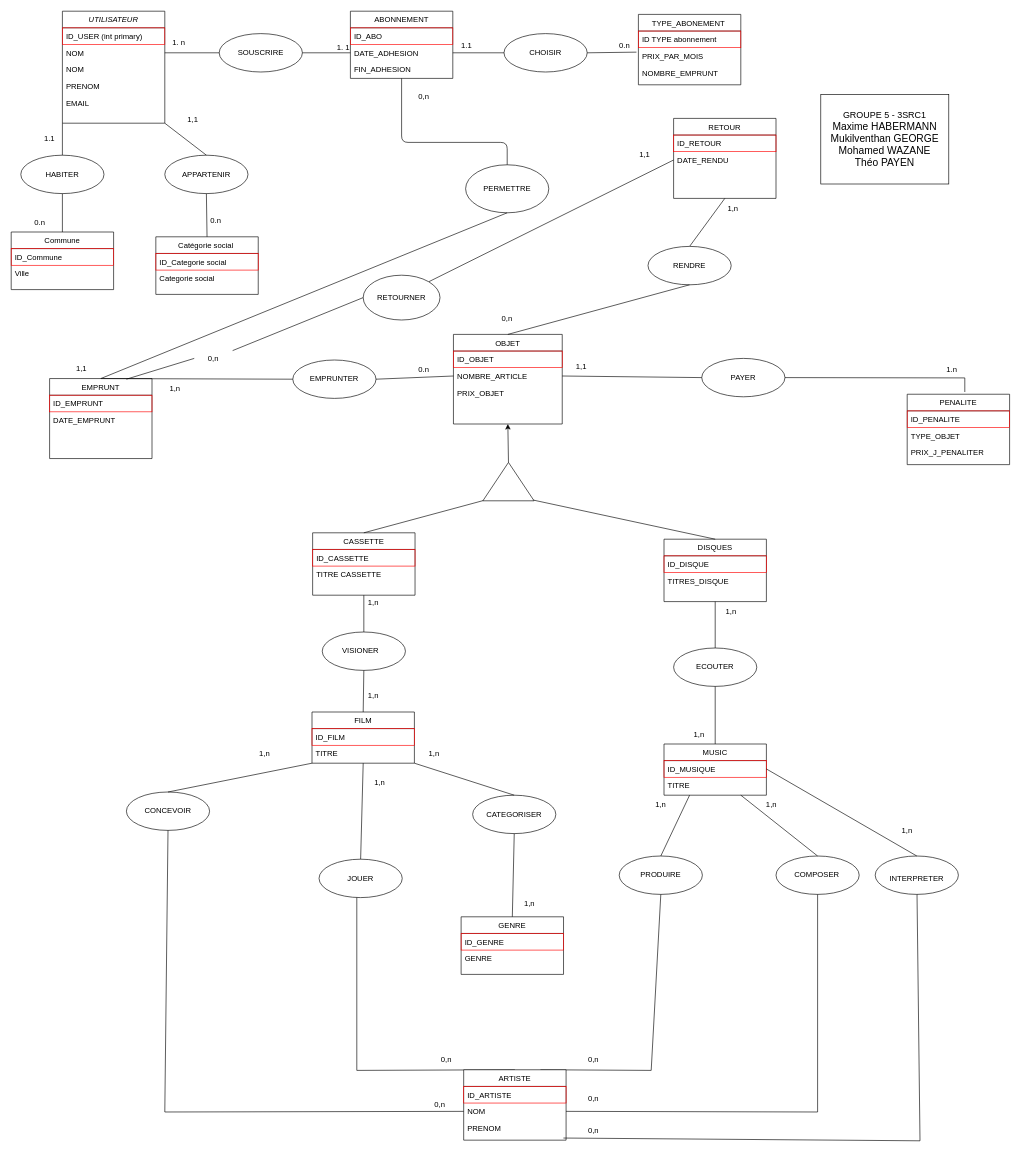
GMukilventhan/Projet-BDD-SRC-21-22 keeps this draw.io diagram as page "MCD (validé)" (1 of 3) of Proje BDD-2-2.drawio. Above is the earlier version. Source tidied: cells renumbered, new cells numbered last; positions are measured from the earlier drawing's top-left corner, leaving out a move shared by most shapes. Both pictures are drawn from the tidied source at 64%, with x=0, y=0 at pixel (11, 11).
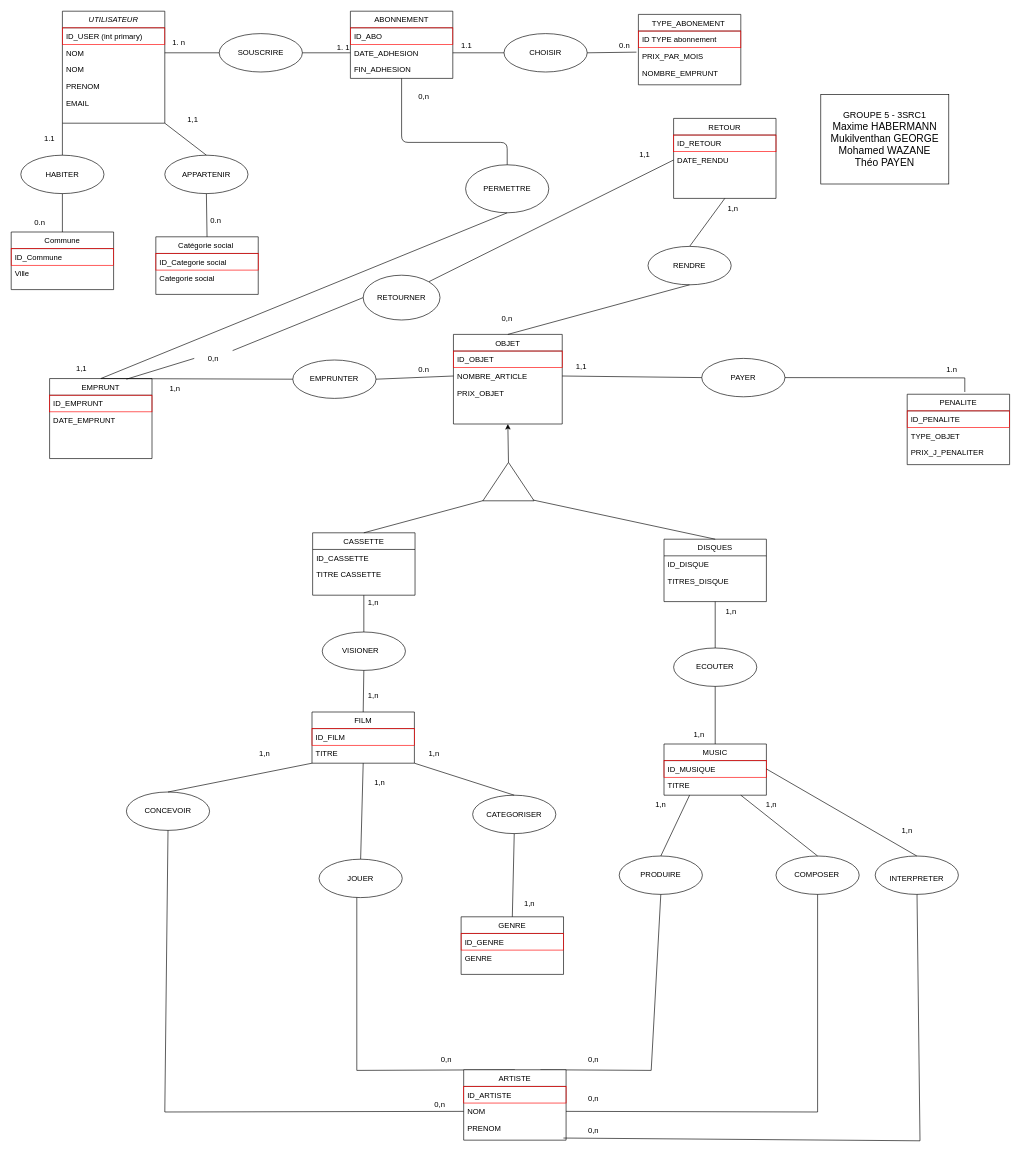
The same page after the edit.

The change refers to these unchanged cells:
```xml
<mxCell id="102" value="CASSETTE" style="swimlane;fontStyle=0;align=center;verticalAlign=top;horizontal=1;startSize=26;rounded=0;shadow=0;strokeWidth=1;" parent="1" vertex="1">
  <mxGeometry x="471" y="815" width="160" height="97.5" as="geometry" />
</mxCell>
<mxCell id="105" value="DISQUES" style="swimlane;fontStyle=0;align=center;verticalAlign=top;horizontal=1;startSize=26;rounded=0;shadow=0;strokeWidth=1;" parent="1" vertex="1">
  <mxGeometry x="1020" y="825" width="160" height="97.5" as="geometry" />
</mxCell>
```

Change to the diagram source:
```diff
@@
-    <mxCell id="103" value="ID_CASSETTE" style="text;align=left;verticalAlign=top;spacingLeft=4;spacingRight=4;overflow=hidden;strokeColor=#FF0000;" parent="102" vertex="1">
+    <mxCell id="103" value="ID_CASSETTE" style="text;align=left;verticalAlign=top;spacingLeft=4;spacingRight=4;overflow=hidden;strokeColor=none;" parent="102" vertex="1">
       <mxGeometry y="26" width="160" height="26" as="geometry" />
     </mxCell>
@@
-    <mxCell id="106" value="ID_DISQUE" style="text;align=left;verticalAlign=top;spacingLeft=4;spacingRight=4;overflow=hidden;strokeColor=#FF0000;" parent="105" vertex="1">
+    <mxCell id="106" value="ID_DISQUE" style="text;align=left;verticalAlign=top;spacingLeft=4;spacingRight=4;overflow=hidden;strokeColor=none;" parent="105" vertex="1">
       <mxGeometry y="26" width="160" height="26" as="geometry" />
     </mxCell>
```
